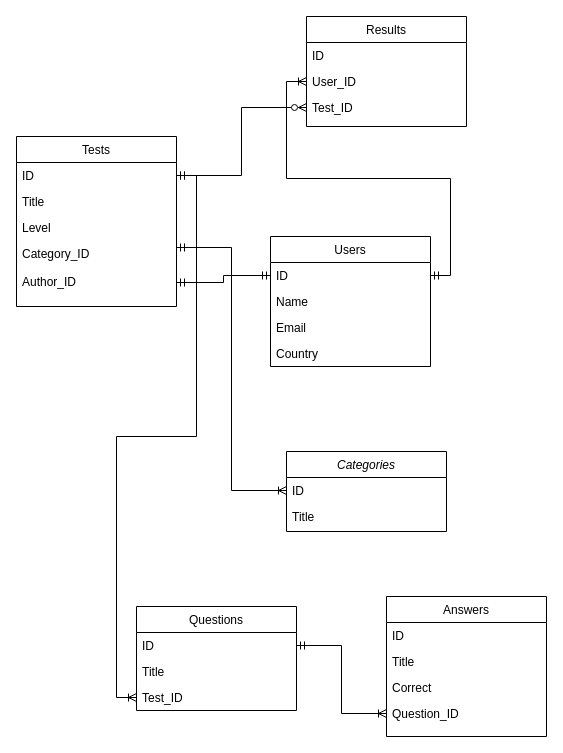
Above: TestGuru_Models.drawio in Lana-243/test-guru (draw.io), before the change. Source tidied: cells renumbered, new cells numbered last; positions are measured from the earlier drawing's top-left corner, leaving out a move shared by most shapes. Both pictures are drawn from the tidied source at 100%, with x=0, y=0 at pixel (16, 16).
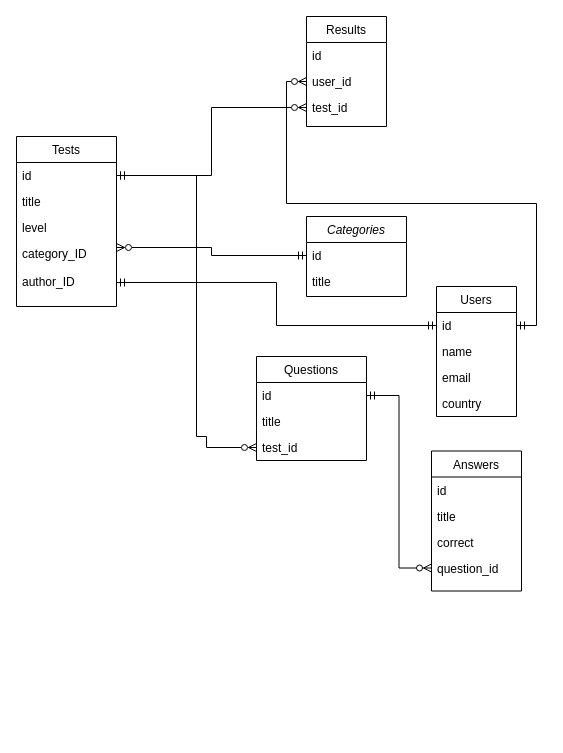
The same diagram, later.

Change to the diagram source:
```diff
@@
     <mxCell id="2" value="Categories" style="swimlane;fontStyle=2;align=center;verticalAlign=top;horizontal=1;startSize=26;rounded=0;shadow=0;strokeWidth=1;" parent="1" vertex="1">
-      <mxGeometry x="270" y="435" width="160" height="80" as="geometry" />
+      <mxGeometry x="290" y="200" width="100" height="80" as="geometry" />
     </mxCell>
-    <mxCell id="3" value="ID&#10;" style="text;align=left;verticalAlign=top;spacingLeft=4;spacingRight=4;overflow=hidden;points=[[0,0.5],[1,0.5]];portConstraint=eastwest;" parent="2" vertex="1">
-      <mxGeometry y="26" width="160" height="26" as="geometry" />
+    <mxCell id="3" value="id" style="text;align=left;verticalAlign=top;spacingLeft=4;spacingRight=4;overflow=hidden;points=[[0,0.5],[1,0.5]];portConstraint=eastwest;" parent="2" vertex="1">
+      <mxGeometry y="26" width="100" height="26" as="geometry" />
     </mxCell>
-    <mxCell id="4" value="Title" style="text;align=left;verticalAlign=top;spacingLeft=4;spacingRight=4;overflow=hidden;rounded=0;shadow=0;html=0;" parent="2" vertex="1">
-      <mxGeometry y="52" width="160" height="26" as="geometry" />
+    <mxCell id="4" value="title" style="text;align=left;verticalAlign=top;spacingLeft=4;spacingRight=4;overflow=hidden;rounded=0;shadow=0;html=0;" parent="2" vertex="1">
+      <mxGeometry y="52" width="100" height="26" as="geometry" />
     </mxCell>
@@
-    <mxCell id="6" style="edgeStyle=orthogonalEdgeStyle;rounded=0;jettySize=auto;html=1;exitX=1;exitY=0.5;exitDx=0;exitDy=0;entryX=0;entryY=0.5;entryDx=0;entryDy=0;startArrow=ERmandOne;startFill=0;endArrow=ERoneToMany;endFill=0;" parent="1" edge="1" source="8" target="22">
+    <mxCell id="6" style="edgeStyle=orthogonalEdgeStyle;rounded=0;jettySize=auto;html=1;exitX=1;exitY=0.5;exitDx=0;exitDy=0;entryX=0;entryY=0.5;entryDx=0;entryDy=0;startArrow=ERmandOne;startFill=0;endArrow=ERzeroToMany;endFill=0;" parent="1" edge="1" source="8" target="22">
       <mxGeometry relative="1" as="geometry">
         <Array as="points">
           <mxPoint x="180" y="159" />
           <mxPoint x="180" y="420" />
-          <mxPoint x="100" y="420" />
-          <mxPoint x="100" y="681" />
+          <mxPoint x="190" y="420" />
         </Array>
       </mxGeometry>
     </mxCell>
     <mxCell id="7" value="Tests" style="swimlane;fontStyle=0;align=center;verticalAlign=top;horizontal=1;startSize=26;rounded=0;shadow=0;strokeWidth=1;" parent="1" vertex="1">
-      <mxGeometry y="120" width="160" height="170" as="geometry" />
+      <mxGeometry y="120" width="100" height="170" as="geometry" />
     </mxCell>
-    <mxCell id="8" value="ID" style="text;align=left;verticalAlign=top;spacingLeft=4;spacingRight=4;overflow=hidden;points=[[0,0.5],[1,0.5]];portConstraint=eastwest;rounded=0;shadow=0;html=0;" parent="7" vertex="1">
-      <mxGeometry y="26" width="160" height="26" as="geometry" />
+    <mxCell id="8" value="id" style="text;align=left;verticalAlign=top;spacingLeft=4;spacingRight=4;overflow=hidden;points=[[0,0.5],[1,0.5]];portConstraint=eastwest;rounded=0;shadow=0;html=0;" parent="7" vertex="1">
+      <mxGeometry y="26" width="100" height="26" as="geometry" />
     </mxCell>
-    <mxCell id="9" value="Title" style="text;align=left;verticalAlign=top;spacingLeft=4;spacingRight=4;overflow=hidden;" parent="7" vertex="1">
-      <mxGeometry y="52" width="160" height="26" as="geometry" />
+    <mxCell id="9" value="title" style="text;align=left;verticalAlign=top;spacingLeft=4;spacingRight=4;overflow=hidden;" parent="7" vertex="1">
+      <mxGeometry y="52" width="100" height="26" as="geometry" />
     </mxCell>
-    <mxCell id="10" value="Level" style="text;align=left;verticalAlign=top;spacingLeft=4;spacingRight=4;overflow=hidden;" parent="7" vertex="1">
-      <mxGeometry y="78" width="160" height="26" as="geometry" />
+    <mxCell id="10" value="level" style="text;align=left;verticalAlign=top;spacingLeft=4;spacingRight=4;overflow=hidden;" parent="7" vertex="1">
+      <mxGeometry y="78" width="100" height="26" as="geometry" />
     </mxCell>
-    <mxCell id="11" value="Category_ID" style="text;align=left;verticalAlign=top;spacingLeft=4;spacingRight=4;overflow=hidden;points=[[0,0.5],[1,0.5]];portConstraint=eastwest;rounded=0;shadow=0;html=0;" parent="7" vertex="1">
-      <mxGeometry y="104" width="160" height="28" as="geometry" />
+    <mxCell id="11" value="category_ID" style="text;align=left;verticalAlign=top;spacingLeft=4;spacingRight=4;overflow=hidden;points=[[0,0.5],[1,0.5]];portConstraint=eastwest;rounded=0;shadow=0;html=0;" parent="7" vertex="1">
+      <mxGeometry y="104" width="100" height="28" as="geometry" />
     </mxCell>
-    <mxCell id="12" value="Author_ID" style="text;align=left;verticalAlign=top;spacingLeft=4;spacingRight=4;overflow=hidden;points=[[0,0.5],[1,0.5]];portConstraint=eastwest;rounded=0;shadow=0;html=0;" parent="7" vertex="1">
-      <mxGeometry y="132" width="160" height="28" as="geometry" />
+    <mxCell id="12" value="author_ID" style="text;align=left;verticalAlign=top;spacingLeft=4;spacingRight=4;overflow=hidden;points=[[0,0.5],[1,0.5]];portConstraint=eastwest;rounded=0;shadow=0;html=0;" parent="7" vertex="1">
+      <mxGeometry y="132" width="100" height="28" as="geometry" />
     </mxCell>
@@
     <mxCell id="14" value="Users" style="swimlane;fontStyle=0;align=center;verticalAlign=top;horizontal=1;startSize=26;rounded=0;shadow=0;strokeWidth=1;" parent="1" vertex="1">
-      <mxGeometry x="254" y="220" width="160" height="130" as="geometry" />
+      <mxGeometry x="420" y="270" width="80" height="130" as="geometry" />
     </mxCell>
-    <mxCell id="15" value="ID" style="text;align=left;verticalAlign=top;spacingLeft=4;spacingRight=4;overflow=hidden;points=[[0,0.5],[1,0.5]];portConstraint=eastwest;" parent="14" vertex="1">
-      <mxGeometry y="26" width="160" height="26" as="geometry" />
+    <mxCell id="15" value="id" style="text;align=left;verticalAlign=top;spacingLeft=4;spacingRight=4;overflow=hidden;points=[[0,0.5],[1,0.5]];portConstraint=eastwest;" parent="14" vertex="1">
+      <mxGeometry y="26" width="80" height="26" as="geometry" />
     </mxCell>
-    <mxCell id="16" value="Name" style="text;align=left;verticalAlign=top;spacingLeft=4;spacingRight=4;overflow=hidden;rounded=0;shadow=0;html=0;" parent="14" vertex="1">
-      <mxGeometry y="52" width="160" height="26" as="geometry" />
+    <mxCell id="16" value="name" style="text;align=left;verticalAlign=top;spacingLeft=4;spacingRight=4;overflow=hidden;rounded=0;shadow=0;html=0;" parent="14" vertex="1">
+      <mxGeometry y="52" width="80" height="26" as="geometry" />
     </mxCell>
-    <mxCell id="17" value="Email" style="text;align=left;verticalAlign=top;spacingLeft=4;spacingRight=4;overflow=hidden;rounded=0;shadow=0;html=0;" parent="14" vertex="1">
-      <mxGeometry y="78" width="160" height="26" as="geometry" />
+    <mxCell id="17" value="email" style="text;align=left;verticalAlign=top;spacingLeft=4;spacingRight=4;overflow=hidden;rounded=0;shadow=0;html=0;" parent="14" vertex="1">
+      <mxGeometry y="78" width="80" height="26" as="geometry" />
     </mxCell>
-    <mxCell id="18" value="Country" style="text;align=left;verticalAlign=top;spacingLeft=4;spacingRight=4;overflow=hidden;rounded=0;shadow=0;html=0;" parent="14" vertex="1">
-      <mxGeometry y="104" width="160" height="26" as="geometry" />
+    <mxCell id="18" value="country" style="text;align=left;verticalAlign=top;spacingLeft=4;spacingRight=4;overflow=hidden;rounded=0;shadow=0;html=0;" parent="14" vertex="1">
+      <mxGeometry y="104" width="80" height="26" as="geometry" />
     </mxCell>
     <mxCell id="19" value="Questions" style="swimlane;fontStyle=0;align=center;verticalAlign=top;horizontal=1;startSize=26;rounded=0;shadow=0;strokeWidth=1;" parent="1" vertex="1">
-      <mxGeometry x="120" y="590" width="160" height="104" as="geometry" />
+      <mxGeometry x="240" y="340" width="110" height="104" as="geometry" />
     </mxCell>
-    <mxCell id="20" value="ID" style="text;align=left;verticalAlign=top;spacingLeft=4;spacingRight=4;overflow=hidden;points=[[0,0.5],[1,0.5]];portConstraint=eastwest;" parent="19" vertex="1">
-      <mxGeometry y="26" width="160" height="26" as="geometry" />
+    <mxCell id="20" value="id" style="text;align=left;verticalAlign=top;spacingLeft=4;spacingRight=4;overflow=hidden;points=[[0,0.5],[1,0.5]];portConstraint=eastwest;" parent="19" vertex="1">
+      <mxGeometry y="26" width="110" height="26" as="geometry" />
     </mxCell>
-    <mxCell id="21" value="Title" style="text;align=left;verticalAlign=top;spacingLeft=4;spacingRight=4;overflow=hidden;rounded=0;shadow=0;html=0;" parent="19" vertex="1">
-      <mxGeometry y="52" width="160" height="26" as="geometry" />
+    <mxCell id="21" value="title" style="text;align=left;verticalAlign=top;spacingLeft=4;spacingRight=4;overflow=hidden;rounded=0;shadow=0;html=0;" parent="19" vertex="1">
+      <mxGeometry y="52" width="110" height="26" as="geometry" />
     </mxCell>
-    <mxCell id="22" value="Test_ID" style="text;align=left;verticalAlign=top;spacingLeft=4;spacingRight=4;overflow=hidden;points=[[0,0.5],[1,0.5]];portConstraint=eastwest;rounded=0;shadow=0;html=0;" parent="19" vertex="1">
-      <mxGeometry y="78" width="160" height="26" as="geometry" />
+    <mxCell id="22" value="test_id" style="text;align=left;verticalAlign=top;spacingLeft=4;spacingRight=4;overflow=hidden;points=[[0,0.5],[1,0.5]];portConstraint=eastwest;rounded=0;shadow=0;html=0;" parent="19" vertex="1">
+      <mxGeometry y="78" width="110" height="26" as="geometry" />
     </mxCell>
     <mxCell id="23" value="Answers" style="swimlane;fontStyle=0;align=center;verticalAlign=top;horizontal=1;startSize=26;rounded=0;shadow=0;strokeWidth=1;" parent="1" vertex="1">
-      <mxGeometry x="370" y="580" width="160" height="140" as="geometry" />
+      <mxGeometry x="415" y="434.5" width="90" height="140" as="geometry" />
     </mxCell>
-    <mxCell id="24" value="ID" style="text;align=left;verticalAlign=top;spacingLeft=4;spacingRight=4;overflow=hidden;" parent="23" vertex="1">
-      <mxGeometry y="26" width="160" height="26" as="geometry" />
+    <mxCell id="24" value="id" style="text;align=left;verticalAlign=top;spacingLeft=4;spacingRight=4;overflow=hidden;" parent="23" vertex="1">
+      <mxGeometry y="26" width="90" height="26" as="geometry" />
     </mxCell>
-    <mxCell id="25" value="Title" style="text;align=left;verticalAlign=top;spacingLeft=4;spacingRight=4;overflow=hidden;" parent="23" vertex="1">
-      <mxGeometry y="52" width="160" height="26" as="geometry" />
+    <mxCell id="25" value="title" style="text;align=left;verticalAlign=top;spacingLeft=4;spacingRight=4;overflow=hidden;" parent="23" vertex="1">
+      <mxGeometry y="52" width="90" height="26" as="geometry" />
     </mxCell>
-    <mxCell id="26" value="Correct" style="text;align=left;verticalAlign=top;spacingLeft=4;spacingRight=4;overflow=hidden;rounded=0;shadow=0;html=0;" parent="23" vertex="1">
-      <mxGeometry y="78" width="160" height="26" as="geometry" />
+    <mxCell id="26" value="correct" style="text;align=left;verticalAlign=top;spacingLeft=4;spacingRight=4;overflow=hidden;rounded=0;shadow=0;html=0;" parent="23" vertex="1">
+      <mxGeometry y="78" width="90" height="26" as="geometry" />
     </mxCell>
-    <mxCell id="27" value="Question_ID" style="text;align=left;verticalAlign=top;spacingLeft=4;spacingRight=4;overflow=hidden;points=[[0,0.5],[1,0.5]];portConstraint=eastwest;rounded=0;shadow=0;html=0;" parent="23" vertex="1">
-      <mxGeometry y="104" width="160" height="26" as="geometry" />
+    <mxCell id="27" value="question_id" style="text;align=left;verticalAlign=top;spacingLeft=4;spacingRight=4;overflow=hidden;points=[[0,0.5],[1,0.5]];portConstraint=eastwest;rounded=0;shadow=0;html=0;" parent="23" vertex="1">
+      <mxGeometry y="104" width="90" height="26" as="geometry" />
     </mxCell>
     <mxCell id="28" value="Results" style="swimlane;fontStyle=0;align=center;verticalAlign=top;horizontal=1;startSize=26;rounded=0;shadow=0;strokeWidth=1;" parent="1" vertex="1">
-      <mxGeometry x="290" width="160" height="110" as="geometry" />
+      <mxGeometry x="290" width="80" height="110" as="geometry" />
     </mxCell>
-    <mxCell id="29" value="ID" style="text;align=left;verticalAlign=top;spacingLeft=4;spacingRight=4;overflow=hidden;" parent="28" vertex="1">
-      <mxGeometry y="26" width="160" height="26" as="geometry" />
+    <mxCell id="29" value="id" style="text;align=left;verticalAlign=top;spacingLeft=4;spacingRight=4;overflow=hidden;" parent="28" vertex="1">
+      <mxGeometry y="26" width="80" height="26" as="geometry" />
     </mxCell>
-    <mxCell id="30" value="User_ID" style="text;align=left;verticalAlign=top;spacingLeft=4;spacingRight=4;overflow=hidden;points=[[0,0.5],[1,0.5]];portConstraint=eastwest;" parent="28" vertex="1">
-      <mxGeometry y="52" width="160" height="26" as="geometry" />
+    <mxCell id="30" value="user_id" style="text;align=left;verticalAlign=top;spacingLeft=4;spacingRight=4;overflow=hidden;points=[[0,0.5],[1,0.5]];portConstraint=eastwest;" parent="28" vertex="1">
+      <mxGeometry y="52" width="80" height="26" as="geometry" />
     </mxCell>
-    <mxCell id="31" value="Test_ID" style="text;align=left;verticalAlign=top;spacingLeft=4;spacingRight=4;overflow=hidden;points=[[0,0.5],[1,0.5]];portConstraint=eastwest;rounded=0;shadow=0;html=0;" parent="28" vertex="1">
-      <mxGeometry y="78" width="160" height="26" as="geometry" />
+    <mxCell id="31" value="test_id" style="text;align=left;verticalAlign=top;spacingLeft=4;spacingRight=4;overflow=hidden;points=[[0,0.5],[1,0.5]];portConstraint=eastwest;rounded=0;shadow=0;html=0;" parent="28" vertex="1">
+      <mxGeometry y="78" width="80" height="26" as="geometry" />
     </mxCell>
-    <mxCell id="32" style="endArrow=ERmandOne;startArrow=ERoneToMany;html=1;rounded=0;exitX=0;exitY=0.5;exitDx=0;exitDy=0;entryX=1;entryY=0.25;entryDx=0;entryDy=0;startFill=0;endFill=0;entryPerimeter=0;edgeStyle=orthogonalEdgeStyle;" parent="1" edge="1" source="3" target="11">
+    <mxCell id="32" style="endArrow=ERzeroToMany;startArrow=ERmandOne;html=1;rounded=0;exitX=0;exitY=0.5;exitDx=0;exitDy=0;entryX=1;entryY=0.25;entryDx=0;entryDy=0;startFill=0;endFill=0;entryPerimeter=0;edgeStyle=orthogonalEdgeStyle;" parent="1" edge="1" source="3" target="11">
       <mxGeometry relative="1" as="geometry" />
     </mxCell>
-    <mxCell id="33" style="edgeStyle=orthogonalEdgeStyle;rounded=0;jettySize=auto;html=1;exitX=1;exitY=0.5;exitDx=0;exitDy=0;entryX=0;entryY=0.5;entryDx=0;entryDy=0;startArrow=ERmandOne;startFill=0;endArrow=ERoneToMany;endFill=0;" parent="1" edge="1" source="20" target="27">
+    <mxCell id="33" style="edgeStyle=orthogonalEdgeStyle;rounded=0;jettySize=auto;html=1;exitX=1;exitY=0.5;exitDx=0;exitDy=0;entryX=0;entryY=0.5;entryDx=0;entryDy=0;startArrow=ERmandOne;startFill=0;endArrow=ERzeroToMany;endFill=0;" parent="1" edge="1" source="20" target="27">
       <mxGeometry relative="1" as="geometry" />
     </mxCell>
-    <mxCell id="34" style="edgeStyle=orthogonalEdgeStyle;rounded=0;jumpStyle=none;jettySize=auto;html=1;entryX=0;entryY=0.5;entryDx=0;entryDy=0;startArrow=ERmandOne;startFill=0;endArrow=ERoneToMany;endFill=0;exitX=1;exitY=0.5;exitDx=0;exitDy=0;" parent="1" edge="1" source="15" target="30">
+    <mxCell id="34" style="edgeStyle=orthogonalEdgeStyle;rounded=0;jumpStyle=none;jettySize=auto;html=1;entryX=0;entryY=0.5;entryDx=0;entryDy=0;startArrow=ERmandOne;startFill=0;endArrow=ERzeroToMany;endFill=0;exitX=1;exitY=0.5;exitDx=0;exitDy=0;" parent="1" edge="1" source="15" target="30">
       <mxGeometry relative="1" as="geometry" />
     </mxCell>
```
